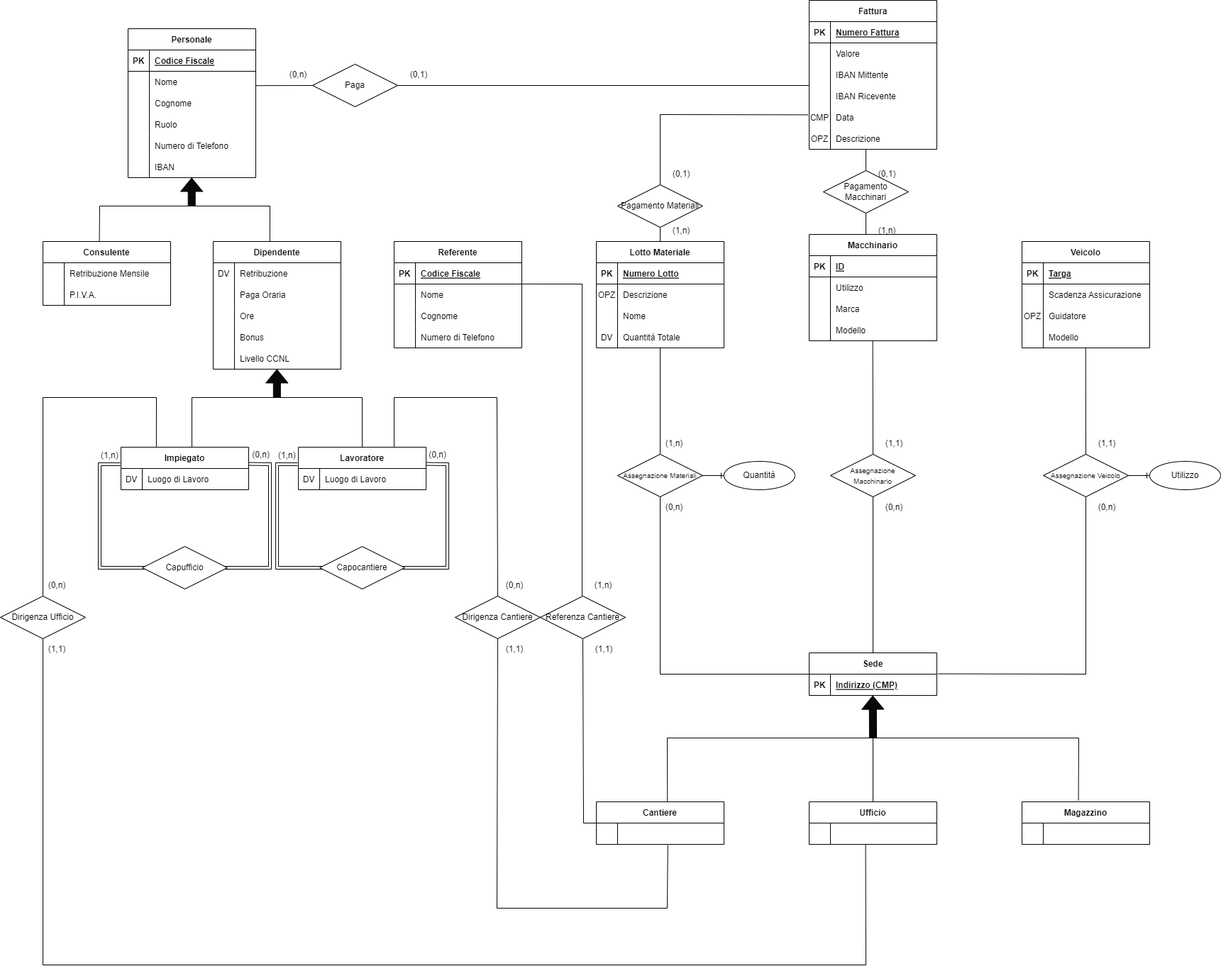
This is Immagine Diagramma ER.png from JacopoPassariello/BD2022, a draw.io export, as it was before one commit. Source tidied: cells renumbered, new cells last; positions are measured from the earlier drawing's top-left corner, leaving out a move shared by most shapes.
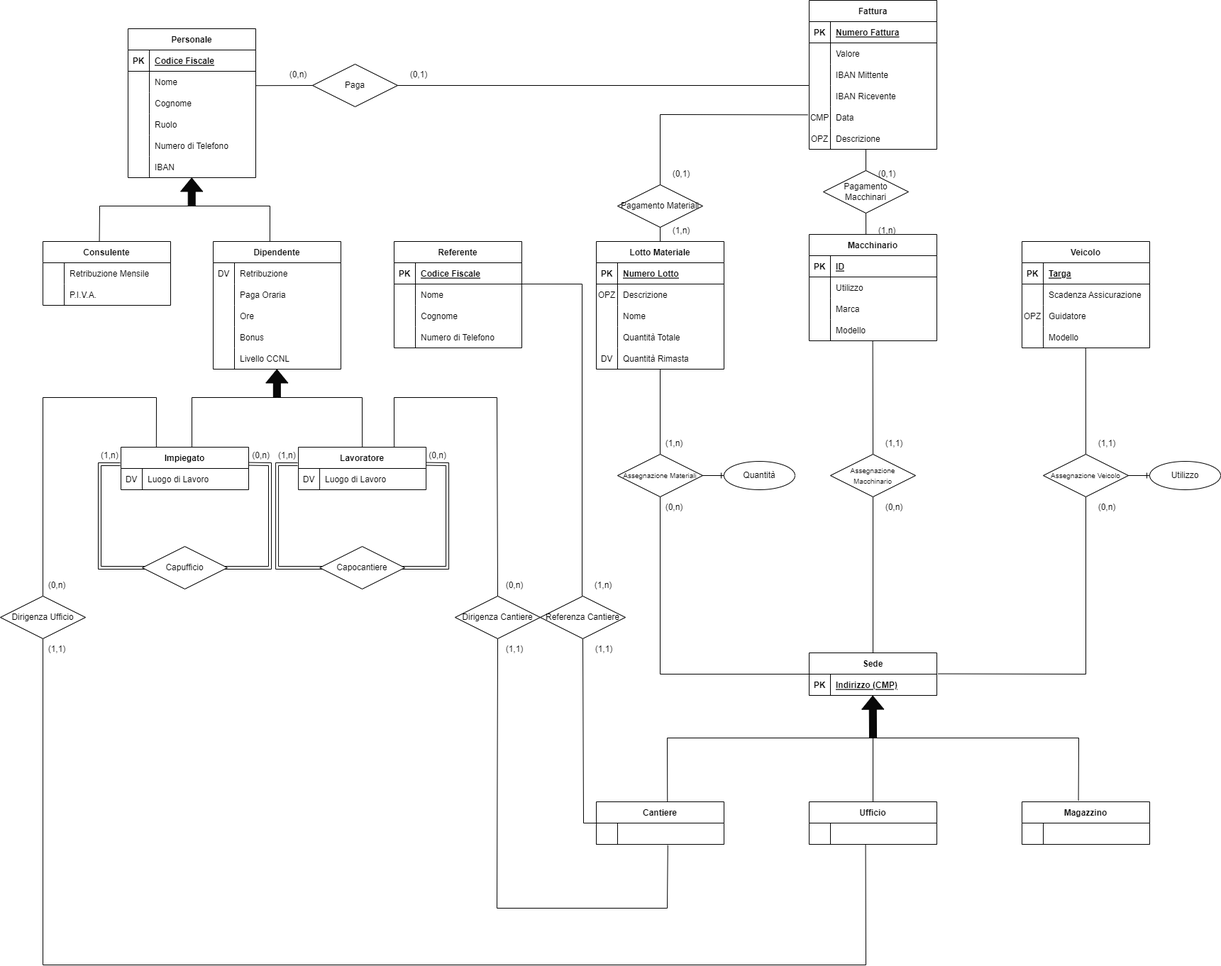
Later version of the same file.

The edit, as a diff of the source:
```diff
@@ -334,7 +334,7 @@
       <mxGeometry x="30" width="150" height="30" as="geometry" />
     </mxCell>
     <mxCell id="94" value="Lotto Materiale" style="shape=table;startSize=30;rowLines=0;fontStyle=1;align=center;" parent="1" vertex="1">
-      <mxGeometry x="840" y="340" width="180" height="150" as="geometry" />
+      <mxGeometry x="840" y="340" width="180" height="180" as="geometry" />
     </mxCell>
     <mxCell id="95" style="shape=tableRow;horizontal=0;startSize=0;swimlaneHead=0;swimlaneBody=0;fillColor=none;top=0;left=0;right=0;bottom=1;" parent="94" vertex="1">
       <mxGeometry y="30" width="180" height="30" as="geometry" />
@@ -363,13 +363,22 @@
     <mxCell id="103" value="Nome" style="shape=partialRectangle;fillColor=none;top=0;left=0;bottom=0;right=0;align=left;spacingLeft=6;overflow=hidden;" parent="101" vertex="1">
       <mxGeometry x="30" width="150" height="30" as="geometry" />
     </mxCell>
+    <mxCell id="209" style="shape=tableRow;horizontal=0;startSize=0;swimlaneHead=0;swimlaneBody=0;fillColor=none;top=0;left=0;right=0;bottom=0;" parent="94" vertex="1">
+      <mxGeometry y="120" width="180" height="30" as="geometry" />
+    </mxCell>
+    <mxCell id="210" style="shape=partialRectangle;fillColor=none;top=0;left=0;bottom=0;right=0;overflow=hidden;" parent="209" vertex="1">
+      <mxGeometry width="30" height="30" as="geometry" />
+    </mxCell>
+    <mxCell id="211" value="Quantità Totale" style="shape=partialRectangle;fillColor=none;top=0;left=0;bottom=0;right=0;align=left;spacingLeft=6;overflow=hidden;" parent="209" vertex="1">
+      <mxGeometry x="30" width="150" height="30" as="geometry" />
+    </mxCell>
     <mxCell id="104" style="shape=tableRow;horizontal=0;startSize=0;swimlaneHead=0;swimlaneBody=0;fillColor=none;top=0;left=0;right=0;bottom=0;" parent="94" vertex="1">
-      <mxGeometry y="120" width="180" height="30" as="geometry" />
+      <mxGeometry y="150" width="180" height="30" as="geometry" />
     </mxCell>
     <mxCell id="105" value="DV" style="shape=partialRectangle;fillColor=none;top=0;left=0;bottom=0;right=0;overflow=hidden;" parent="104" vertex="1">
       <mxGeometry width="30" height="30" as="geometry" />
     </mxCell>
-    <mxCell id="106" value="Quantità Totale" style="shape=partialRectangle;fillColor=none;top=0;left=0;bottom=0;right=0;align=left;spacingLeft=6;overflow=hidden;" parent="104" vertex="1">
+    <mxCell id="106" value="Quantità Rimasta" style="shape=partialRectangle;fillColor=none;top=0;left=0;bottom=0;right=0;align=left;spacingLeft=6;overflow=hidden;" parent="104" vertex="1">
       <mxGeometry x="30" width="150" height="30" as="geometry" />
     </mxCell>
     <mxCell id="107" value="Sede" style="shape=table;startSize=30;rowLines=0;fontStyle=1;align=center;" parent="1" vertex="1">
@@ -395,7 +404,7 @@
     </mxCell>
     <mxCell id="114" style="endArrow=none;html=1;rounded=0;fillColor=#080808;exitX=0.5;exitY=0;exitDx=0;exitDy=0;" parent="1" edge="1" source="111">
       <mxGeometry relative="1" as="geometry">
-        <mxPoint x="930" y="490" as="targetPoint" />
+        <mxPoint x="930" y="520" as="targetPoint" />
       </mxGeometry>
     </mxCell>
     <mxCell id="115" style="endArrow=none;html=1;rounded=0;fillColor=#080808;exitX=0.5;exitY=0;exitDx=0;exitDy=0;entryX=0.499;entryY=1.011;entryDx=0;entryDy=0;entryPerimeter=0;" parent="1" edge="1" source="113" target="91">
```
